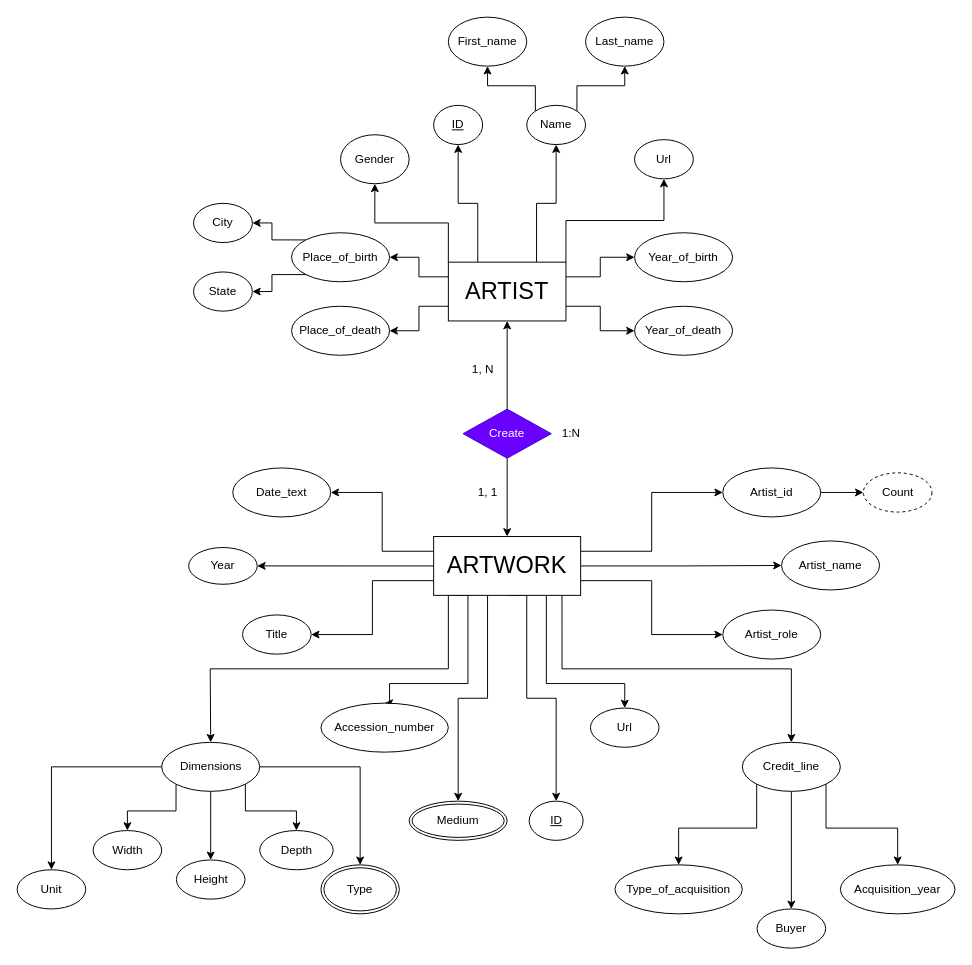
This is docs/diagrams/er.drawio from Databases-Course-Project/Databases-Course-Project, a draw.io file, before an edit. Source tidied: cells renumbered, new cells numbered last; positions are measured from the earlier drawing's top-left corner, leaving out a move shared by most shapes. Both pictures are drawn from the tidied source at 98%, with x=0, y=0 at pixel (17, 17).
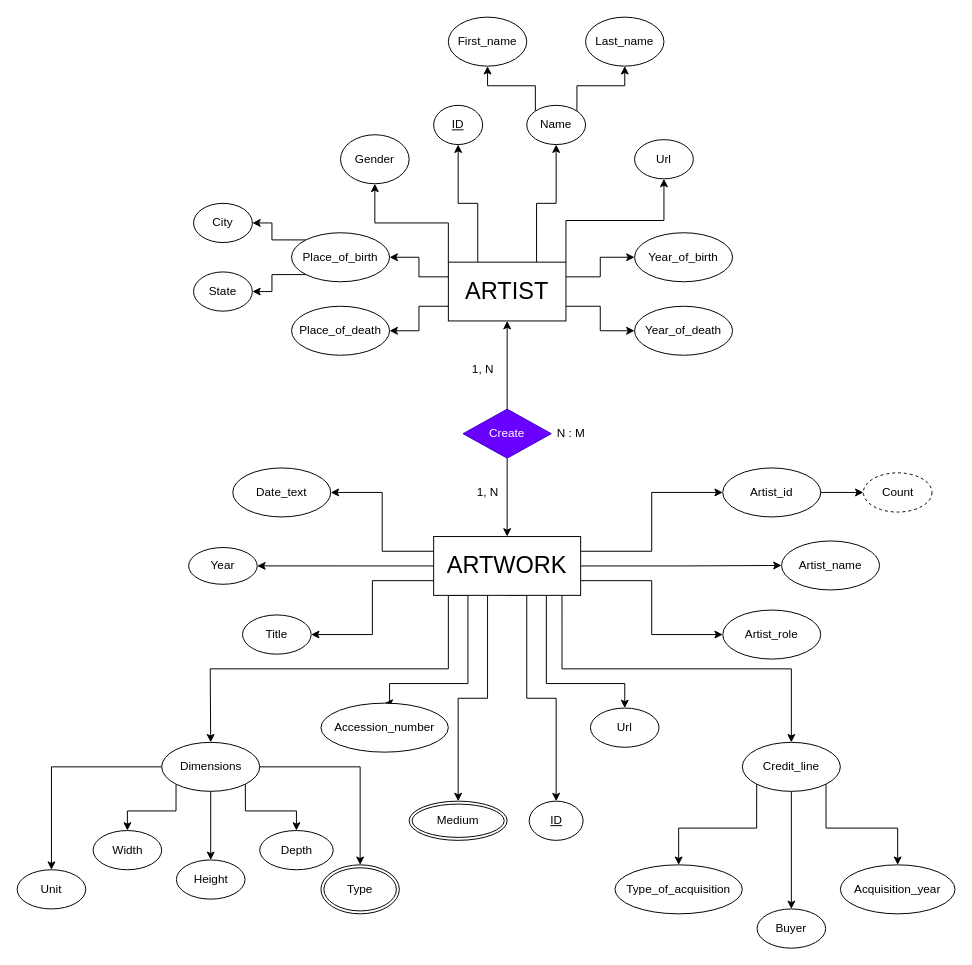
After the change.

Change to the diagram source:
```diff
@@
-    <mxCell id="74" value="1, 1" style="text;html=1;align=center;verticalAlign=middle;strokeColor=none;fillColor=none;" parent="1" vertex="1">
-      <mxGeometry x="460" y="470" width="40" height="30" as="geometry" />
+    <mxCell id="74" value="1, N" style="text;html=1;align=center;verticalAlign=middle;strokeColor=none;fillColor=none;" parent="1" vertex="1">
+      <mxGeometry x="455" y="470" width="50" height="30" as="geometry" />
     </mxCell>
-    <mxCell id="75" value="1:N" style="text;html=1;align=center;verticalAlign=middle;strokeColor=none;fillColor=none;" parent="1" vertex="1">
-      <mxGeometry x="545" y="410" width="40" height="30" as="geometry" />
+    <mxCell id="75" value="N : M" style="text;html=1;align=center;verticalAlign=middle;strokeColor=none;fillColor=none;" parent="1" vertex="1">
+      <mxGeometry x="540" y="410" width="50" height="30" as="geometry" />
     </mxCell>
```
